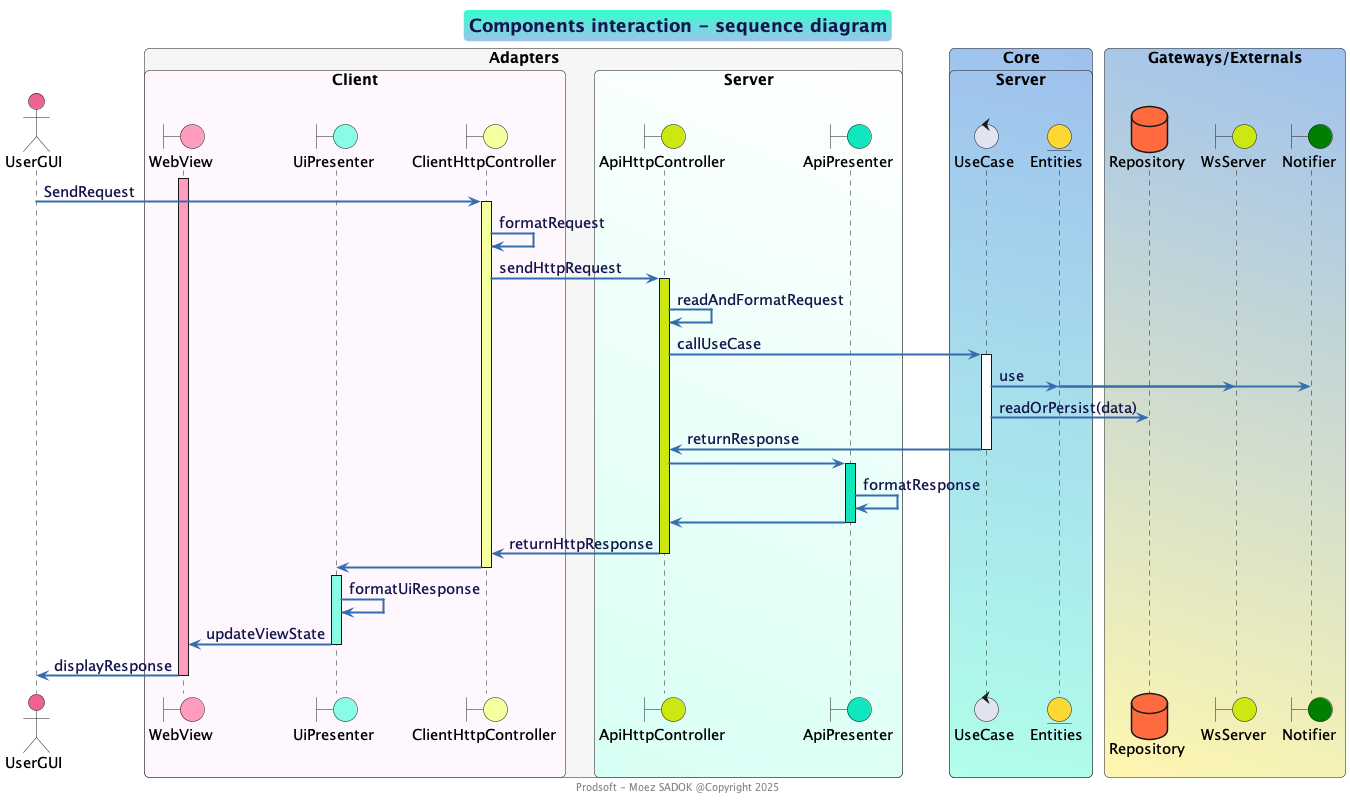
Earlier version of the PlantUML export out/docs/design/component-interaction-sequence/component-interaction-sequence.png (moez-sadok/chat-clean-architecture). Its source is kept beside it as docs/design/component-interaction-sequence.wsd. Its diagram source:
```plantuml
@startuml

!include prodsoft.wsd
!pragma teoz true

title Components interaction - sequence diagram
footer Prodsoft - Moez SADOK @Copyright 2025

actor UserGUI as User #F06292

box "Adapters" $GARDIANT_LIGHT

box "Client" #fff7fe
boundary WebView #fe9cbd
boundary UiPresenter #89fce5
boundary ClientHttpController #f4ff9e
end box

box "Server" #d8fff5\White
boundary ApiHttpController #CDE711
boundary ApiPresenter #11e7bc
end box
end box

box "Core" #b1ffeb\9fc2ee
box "Server" #b1ffeb\9fc2ee
control UseCase
entity Entities #FDD835
end box
end box

box "Gateways/Externals" #fff7b1\9fc2ee
database Repository #fa72ff
boundary WsServer #CDE711
boundary Notifier $ACCENT_LIGHT\White
end box

activate WebView #fe9cbd
User -> ClientHttpController : SendRequest
activate ClientHttpController #f4ff9e
ClientHttpController -> ClientHttpController : formatRequest
ClientHttpController -> ApiHttpController : sendHttpRequest
activate ApiHttpController #CDE711
ApiHttpController -> ApiHttpController : readAndFormatRequest
ApiHttpController -> UseCase : callUseCase
activate UseCase
UseCase -> Entities : use
& Entities -> WsServer
& Entities -> Notifier
UseCase -> Repository : readOrPersist(data)
UseCase -> ApiHttpController : returnResponse
deactivate UseCase
ApiHttpController -> ApiPresenter
activate ApiPresenter #11e7bc
ApiPresenter -> ApiPresenter : formatResponse
ApiPresenter  ->  ApiHttpController
deactivate ApiPresenter
ApiHttpController -> ClientHttpController : returnHttpResponse
deactivate ApiHttpController
ClientHttpController -> UiPresenter
deactivate ClientHttpController
activate UiPresenter #89fce5
UiPresenter -> UiPresenter : formatUiResponse
UiPresenter -> WebView : updateViewState
deactivate UiPresenter
WebView -> User : displayResponse
deactivate WebView

@enduml
```
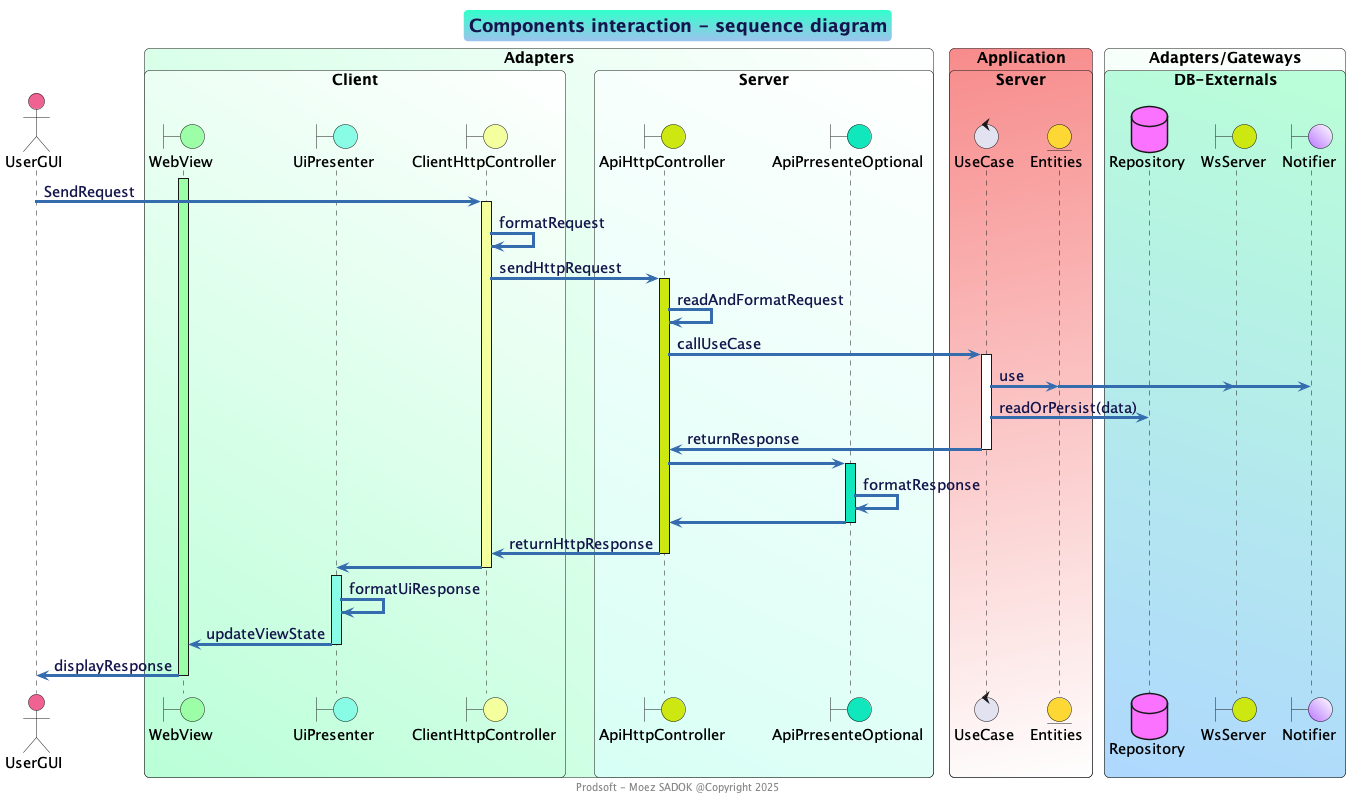
After the change.

Change to the diagram source:
```diff
@@ -3,39 +3,41 @@
 !include prodsoft.wsd
 !pragma teoz true
 
-title Components interaction - sequence diagram
+title P-Chat Components interaction - sequence diagram
 footer Prodsoft - Moez SADOK @Copyright 2025
 
-actor UserGUI as User #F06292
+actor UserGUI as User $GARDIANT_VB
 
-box "Adapters" $GARDIANT_LIGHT
+box "Adapters" #baffd8\White
 
-box "Client" #fff7fe
-boundary WebView #fe9cbd
+box "Client" #baffd8\White
+boundary WebView #9cfea7
 boundary UiPresenter #89fce5
 boundary ClientHttpController #f4ff9e
 end box
 
 box "Server" #d8fff5\White
 boundary ApiHttpController #CDE711
-boundary ApiPresenter #11e7bc
+boundary ApiPrresenteOptional as ApiPresenter #11e7bc
 end box
 end box
 
-box "Core" #b1ffeb\9fc2ee
-box "Server" #b1ffeb\9fc2ee
+box "Application" #f88c8c/White
+box "BusinessRules" #transparent
 control UseCase
 entity Entities #FDD835
 end box
 end box
 
-box "Gateways/Externals" #fff7b1\9fc2ee
+box "Adapters/Gateways" #baffd8\White
+box "DB-Externals" #afd8ff\baffd8;line:Black;line.bold
 database Repository #fa72ff
 boundary WsServer #CDE711
 boundary Notifier $ACCENT_LIGHT\White
 end box
+end box
 
-activate WebView #fe9cbd
+activate WebView #9cfea7
 User -> ClientHttpController : SendRequest
 activate ClientHttpController #f4ff9e
 ClientHttpController -> ClientHttpController : formatRequest
```
